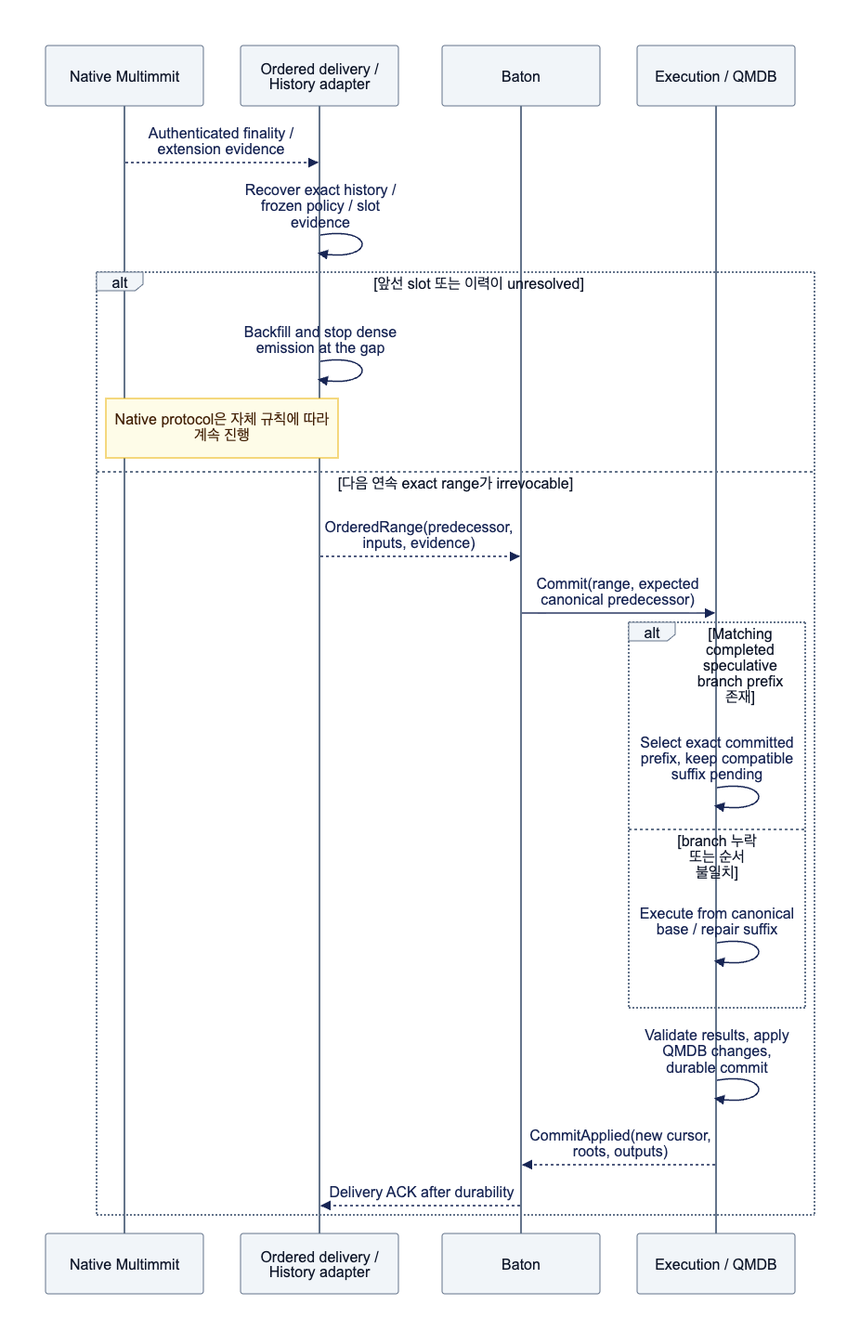
The Mermaid diagram assets/diagrams/diagram-08.png in djm07073/baton-research, before a commit. Its source is kept beside it as assets/diagrams/diagram-08.mmd.
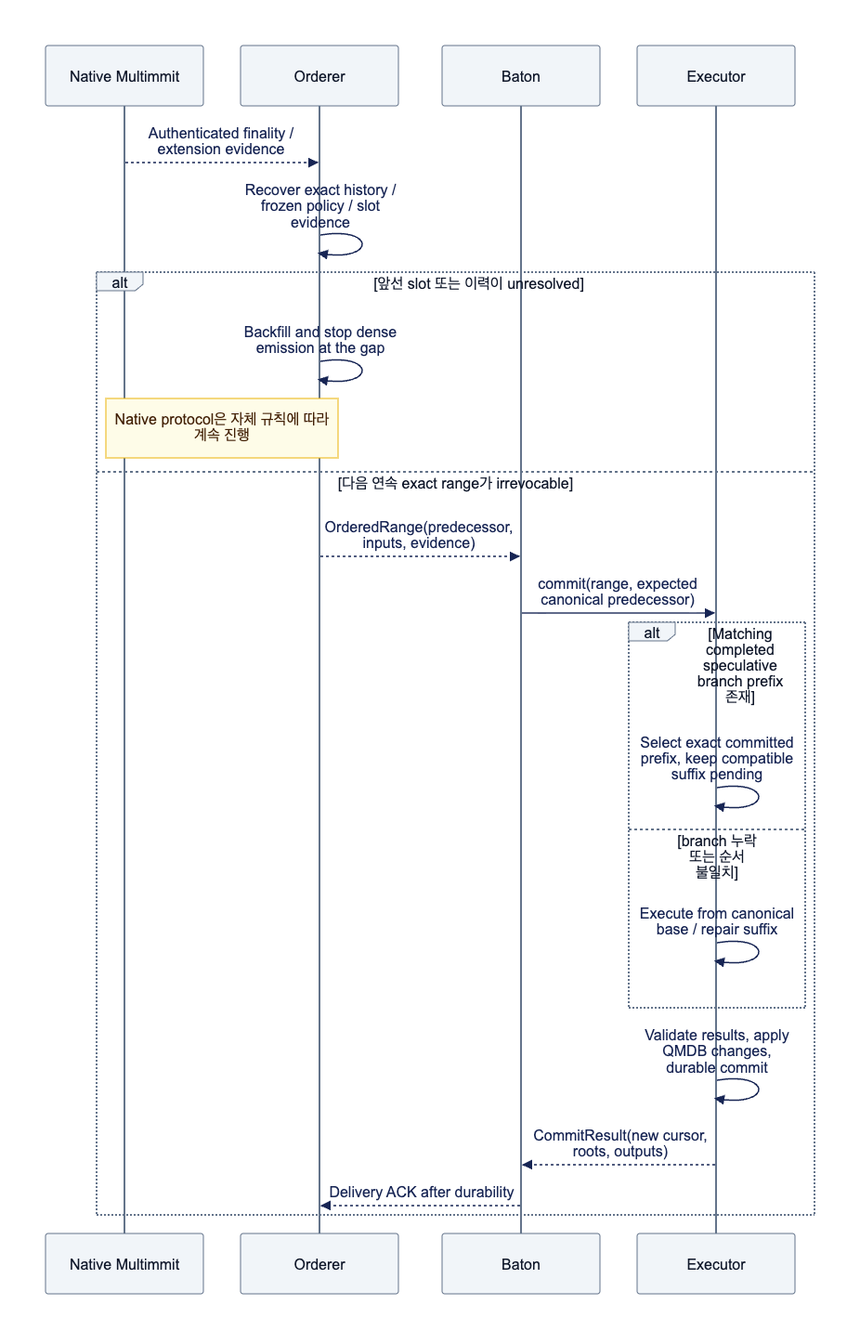
Above is the later version.

Change to the diagram source:
```diff
@@ -1,8 +1,8 @@
 sequenceDiagram
     participant N as Native Multimmit
-    participant M as Ordered delivery / History adapter
+    participant M as Orderer
     participant B as Baton
-    participant E as Execution / QMDB
+    participant E as Executor
     N-->>M: Authenticated finality / extension evidence
     M->>M: Recover exact history / frozen policy / slot evidence
     alt 앞선 slot 또는 이력이 unresolved
@@ -10,13 +10,13 @@
         Note over N,M: Native protocol은 자체 규칙에 따라 계속 진행
     else 다음 연속 exact range가 irrevocable
         M-->>B: OrderedRange(predecessor, inputs, evidence)
-        B->>E: Commit(range, expected canonical predecessor)
+        B->>E: commit(range, expected canonical predecessor)
         alt Matching completed speculative branch prefix 존재
             E->>E: Select exact committed prefix, keep compatible suffix pending
         else branch 누락 또는 순서 불일치
             E->>E: Execute from canonical base / repair suffix
         end
         E->>E: Validate results, apply QMDB changes, durable commit
-        E-->>B: CommitApplied(new cursor, roots, outputs)
+        E-->>B: CommitResult(new cursor, roots, outputs)
         B-->>M: Delivery ACK after durability
     end
```
